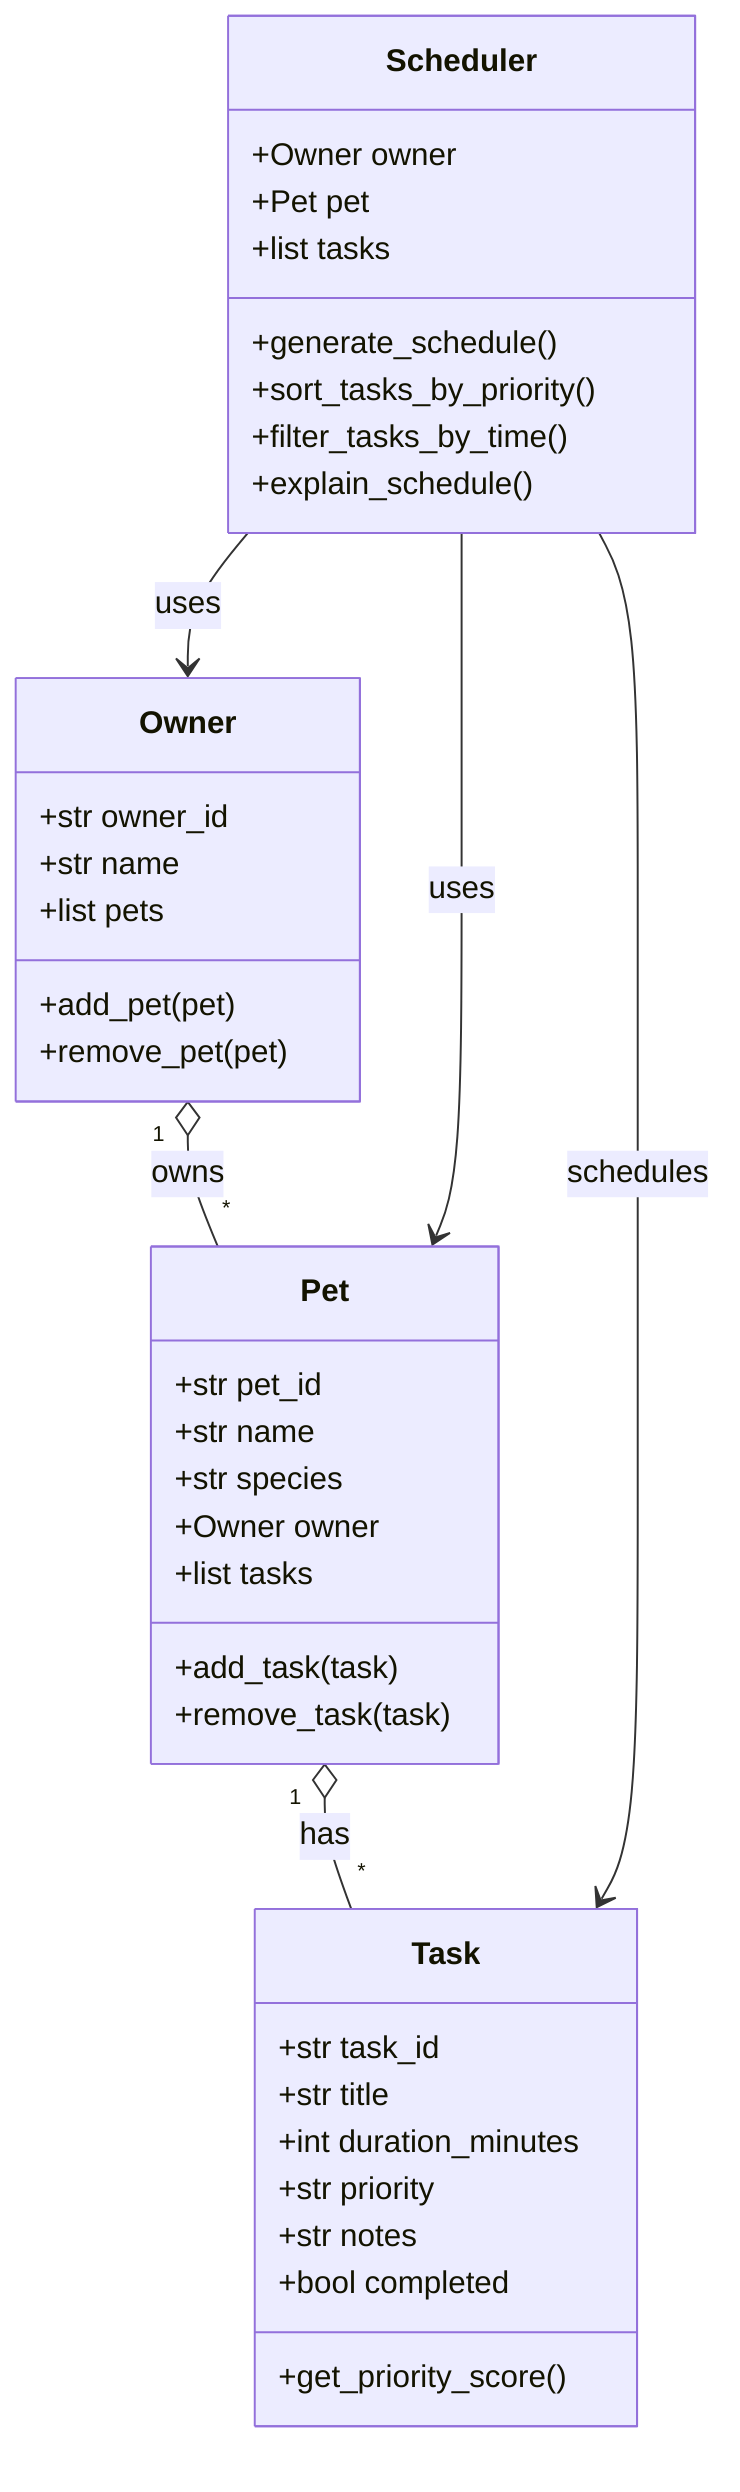
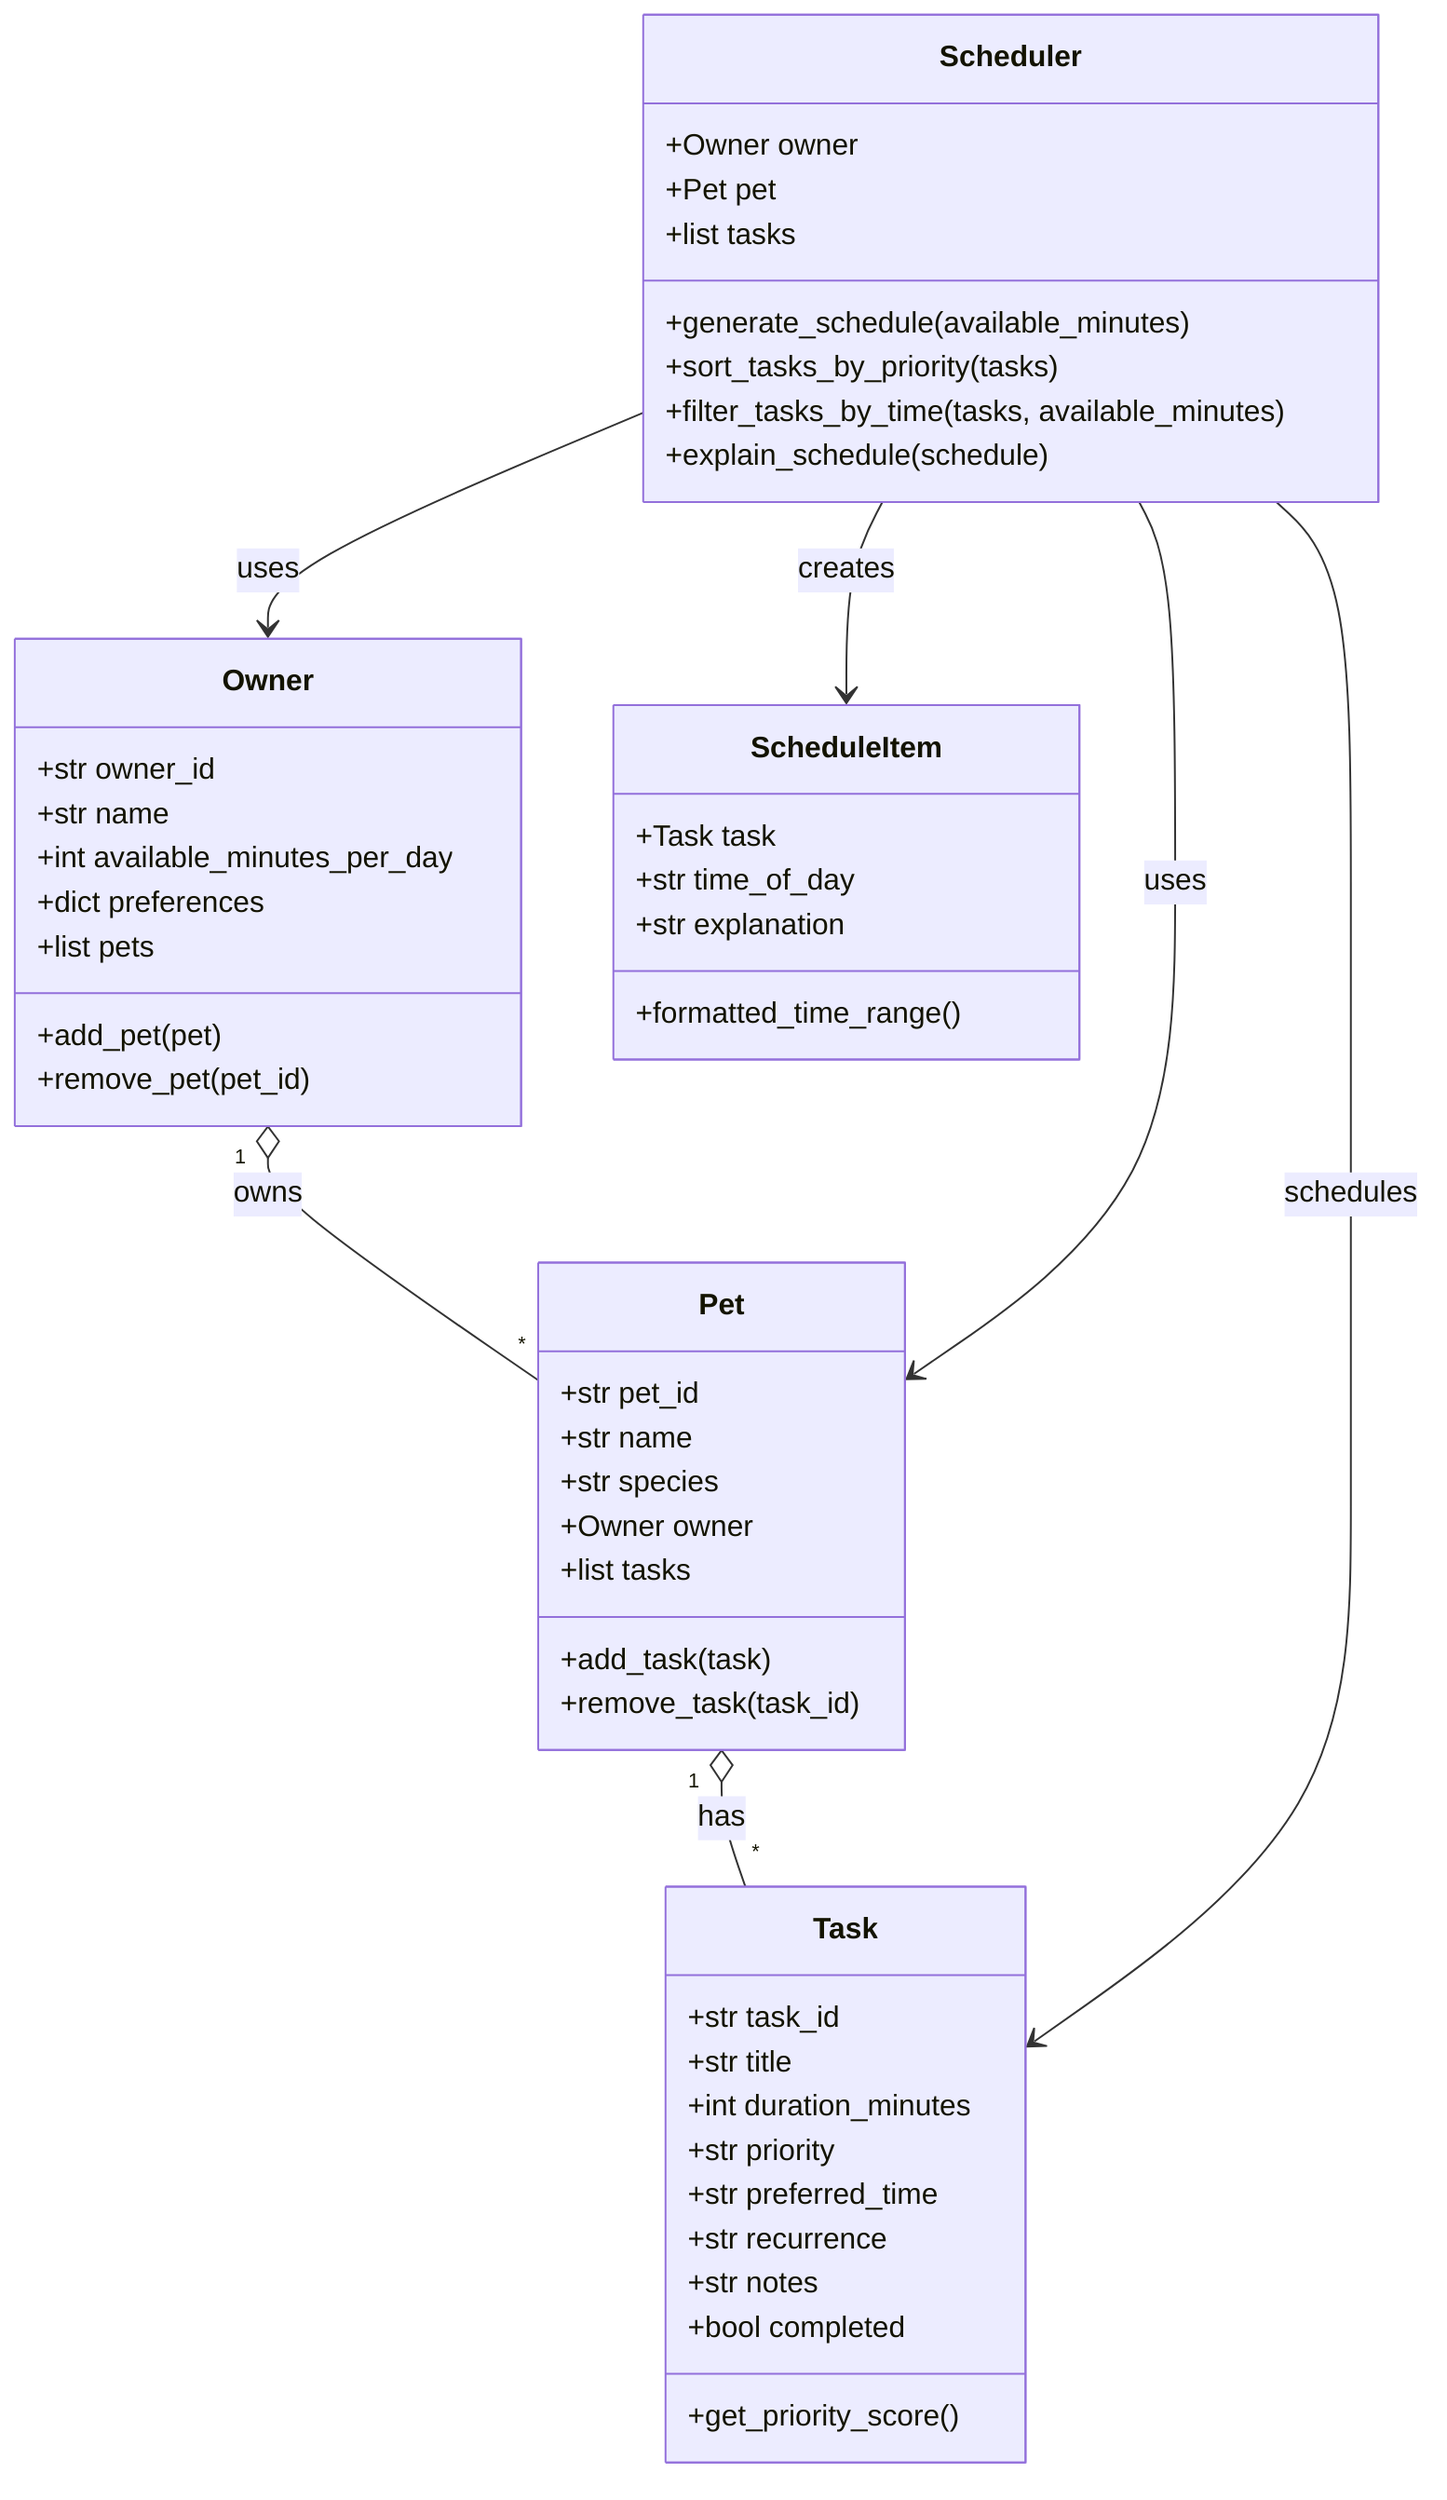
classDiagram
-     %% PawPal+ UML diagram for owner, pet, task, and scheduler classes.
+     %% PawPal+ UML diagram for owner, pet, task, schedule item, and scheduler classes.

    class Owner {
        +str owner_id
        +str name
+         +int available_minutes_per_day
+         +dict preferences
        +list pets
        +add_pet(pet)
-         +remove_pet(pet)
+         +remove_pet(pet_id)
    }

    class Pet {
        +str pet_id
        +str name
        +str species
        +Owner owner
        +list tasks
        +add_task(task)
-         +remove_task(task)
+         +remove_task(task_id)
    }

    class Task {
        +str task_id
        +str title
        +int duration_minutes
        +str priority
+         +str preferred_time
+         +str recurrence
        +str notes
        +bool completed
        +get_priority_score()
+     }
+ 
+     class ScheduleItem {
+         +Task task
+         +str time_of_day
+         +str explanation
+         +formatted_time_range()
    }

    class Scheduler {
        +Owner owner
        +Pet pet
        +list tasks
-         +generate_schedule()
-         +sort_tasks_by_priority()
-         +filter_tasks_by_time()
-         +explain_schedule()
+         +generate_schedule(available_minutes)
+         +sort_tasks_by_priority(tasks)
+         +filter_tasks_by_time(tasks, available_minutes)
+         +explain_schedule(schedule)
    }

    Owner "1" o-- "*" Pet : owns
    Pet "1" o-- "*" Task : has
    Scheduler --> Owner : uses
    Scheduler --> Pet : uses
    Scheduler --> Task : schedules
+     Scheduler --> ScheduleItem : creates
